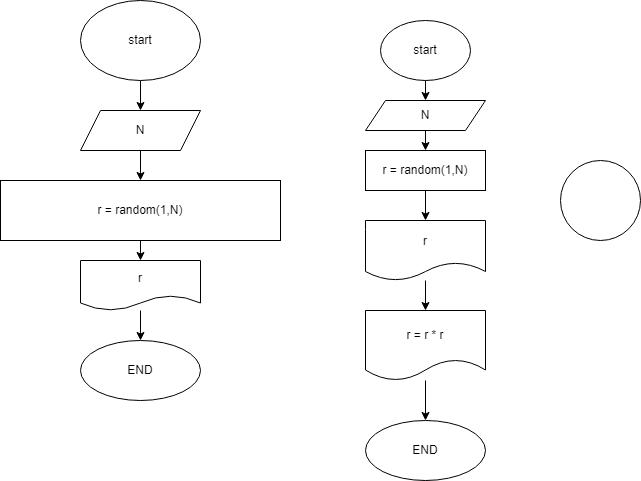
Earlier version of the draw.io export ex002.drawio.png (EvgeniyGagen/practice_temp). Source tidied: cells renumbered, new cells last; positions are measured from the earlier drawing's top-left corner, leaving out a move shared by most shapes.
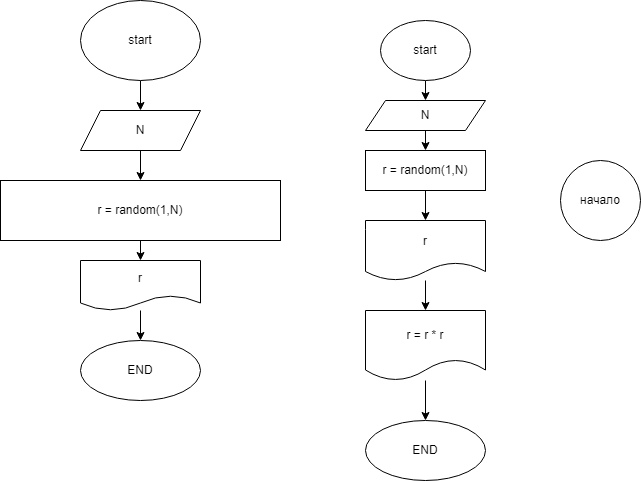
The same diagram one commit later.

What changed in the source:
```diff
@@ -62,7 +62,7 @@
     <mxCell id="21" value="END" style="ellipse;whiteSpace=wrap;html=1;" parent="1" vertex="1">
       <mxGeometry x="365" y="420" width="120" height="60" as="geometry" />
     </mxCell>
-    <mxCell id="22" style="ellipse;whiteSpace=wrap;html=1;" parent="1" vertex="1">
+    <mxCell id="22" value="начало" style="ellipse;whiteSpace=wrap;html=1;" parent="1" vertex="1">
       <mxGeometry x="560" y="160" width="80" height="80" as="geometry" />
     </mxCell>
   </root>
```
